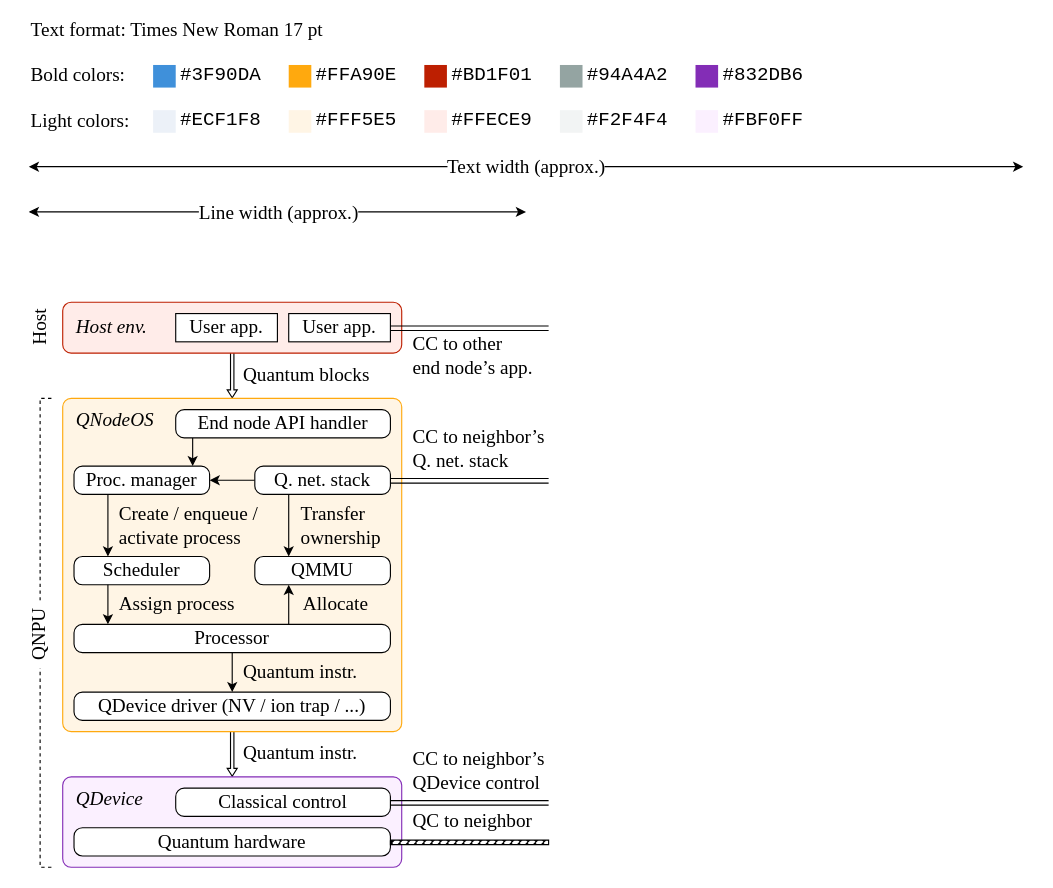
This is figures/quantum-node.drawio from cdelledonne/phd-thesis, a draw.io file, before an edit. Source tidied: cells renumbered, new cells numbered last; positions are measured from the earlier drawing's top-left corner, leaving out a move shared by most shapes. Both pictures are drawn from the tidied source at 113%, with x=0, y=0 at pixel (28, 19).
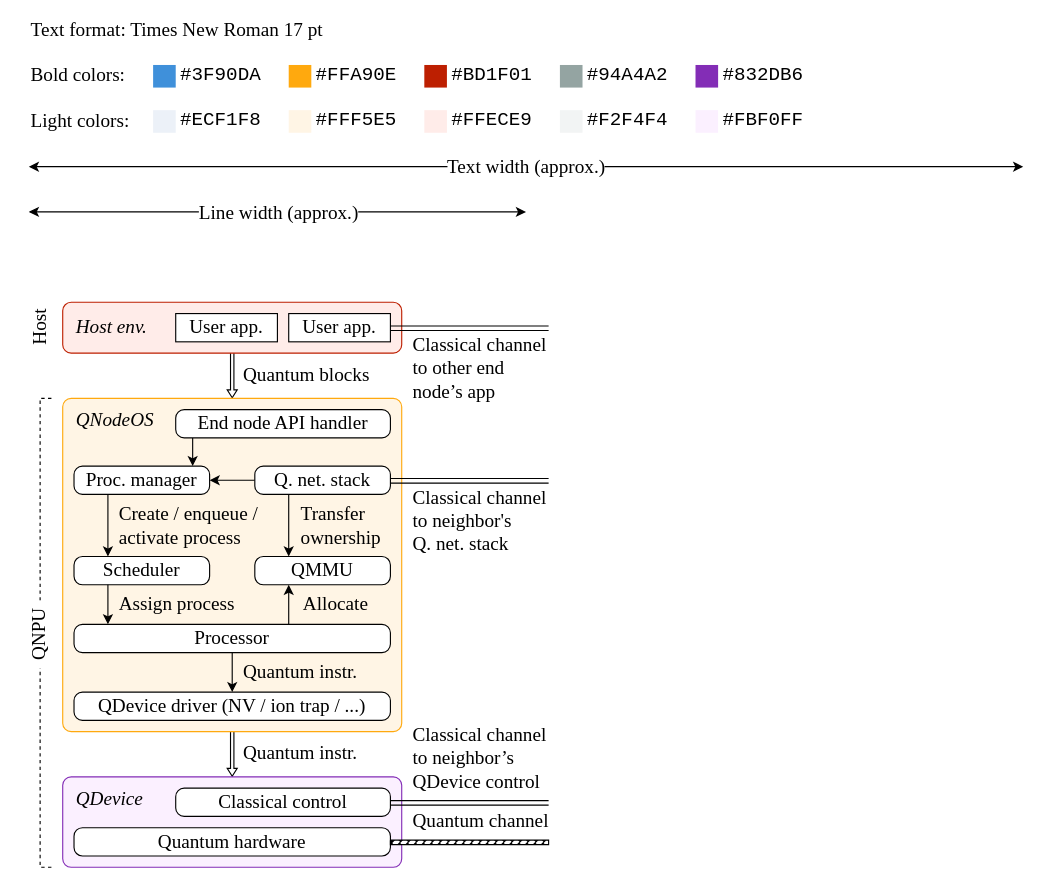
Above is the later version.

The edit, as a diff of the source:
```diff
@@
     <mxCell id="55" value="Quantum instr." style="text;html=1;strokeColor=none;fillColor=none;align=left;verticalAlign=middle;whiteSpace=wrap;rounded=0;fontFamily=Times New Roman;fontSize=17;spacing=0;" parent="1" vertex="1">
-      <mxGeometry x="190" y="630" width="125" height="40" as="geometry" />
+      <mxGeometry x="190" y="630" width="140" height="40" as="geometry" />
     </mxCell>
@@
-    <mxCell id="61" value="CC to neighbor’s&lt;br&gt;Q. net. stack" style="text;html=1;strokeColor=none;fillColor=none;align=left;verticalAlign=middle;whiteSpace=wrap;rounded=0;fontFamily=Times New Roman;fontSize=17;spacing=0;" parent="1" vertex="1">
-      <mxGeometry x="340" y="360" width="120" height="40" as="geometry" />
-    </mxCell>
@@
-    <mxCell id="63" value="CC to other&lt;br&gt;end node’s app." style="text;html=1;strokeColor=none;fillColor=none;align=left;verticalAlign=middle;whiteSpace=wrap;rounded=0;fontFamily=Times New Roman;fontSize=17;spacing=0;" parent="1" vertex="1">
-      <mxGeometry x="340" y="278" width="120" height="40" as="geometry" />
+    <mxCell id="63" value="Classical channel to other end node’s app" style="text;html=1;strokeColor=none;fillColor=none;align=left;verticalAlign=middle;whiteSpace=wrap;rounded=0;fontFamily=Times New Roman;fontSize=17;spacing=0;" parent="1" vertex="1">
+      <mxGeometry x="340" y="278" width="120" height="62" as="geometry" />
     </mxCell>
@@
-    <mxCell id="65" value="CC to neighbor’s&lt;br&gt;QDevice control" style="text;html=1;strokeColor=none;fillColor=none;align=left;verticalAlign=middle;whiteSpace=wrap;rounded=0;fontFamily=Times New Roman;fontSize=17;spacing=0;" parent="1" vertex="1">
-      <mxGeometry x="340" y="645" width="120" height="40" as="geometry" />
+    <mxCell id="65" value="Classical channel to neighbor’s&lt;br&gt;QDevice control" style="text;html=1;strokeColor=none;fillColor=none;align=left;verticalAlign=middle;whiteSpace=wrap;rounded=0;fontFamily=Times New Roman;fontSize=17;spacing=0;" parent="1" vertex="1">
+      <mxGeometry x="340" y="623" width="120" height="62" as="geometry" />
     </mxCell>
-    <mxCell id="66" value="QC to neighbor" style="text;html=1;strokeColor=none;fillColor=none;align=left;verticalAlign=middle;whiteSpace=wrap;rounded=0;fontFamily=Times New Roman;fontSize=17;spacing=0;" parent="1" vertex="1">
+    <mxCell id="66" value="Quantum channel" style="text;html=1;strokeColor=none;fillColor=none;align=left;verticalAlign=middle;whiteSpace=wrap;rounded=0;fontFamily=Times New Roman;fontSize=17;spacing=0;" parent="1" vertex="1">
       <mxGeometry x="340" y="698" width="120" height="23" as="geometry" />
     </mxCell>
@@
+    <mxCell id="70" value="Classical channel to neighbor's&lt;br&gt;Q. net. stack" style="text;html=1;strokeColor=none;fillColor=none;align=left;verticalAlign=middle;whiteSpace=wrap;rounded=0;fontFamily=Times New Roman;fontSize=17;spacing=0;" parent="1" vertex="1">
+      <mxGeometry x="340" y="413" width="120" height="62" as="geometry" />
+    </mxCell>
```
